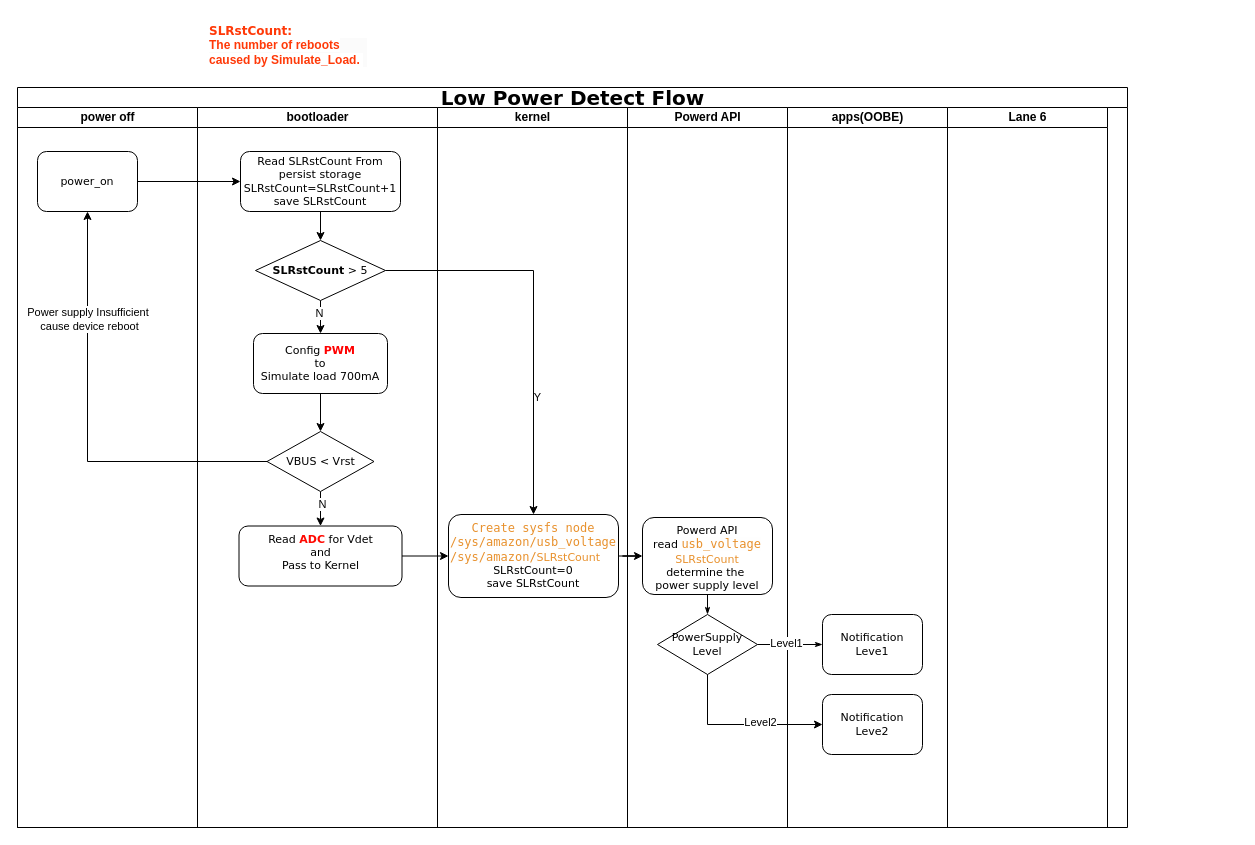
Earlier version of the draw.io diagram low_power_detect.drawio (skyliangbogit/test). Source tidied: cells renumbered, new cells numbered last; positions are measured from the earlier drawing's top-left corner, leaving out a move shared by most shapes. Both pictures are drawn from the tidied source at 100%, with x=0, y=0 at pixel (17, 17).
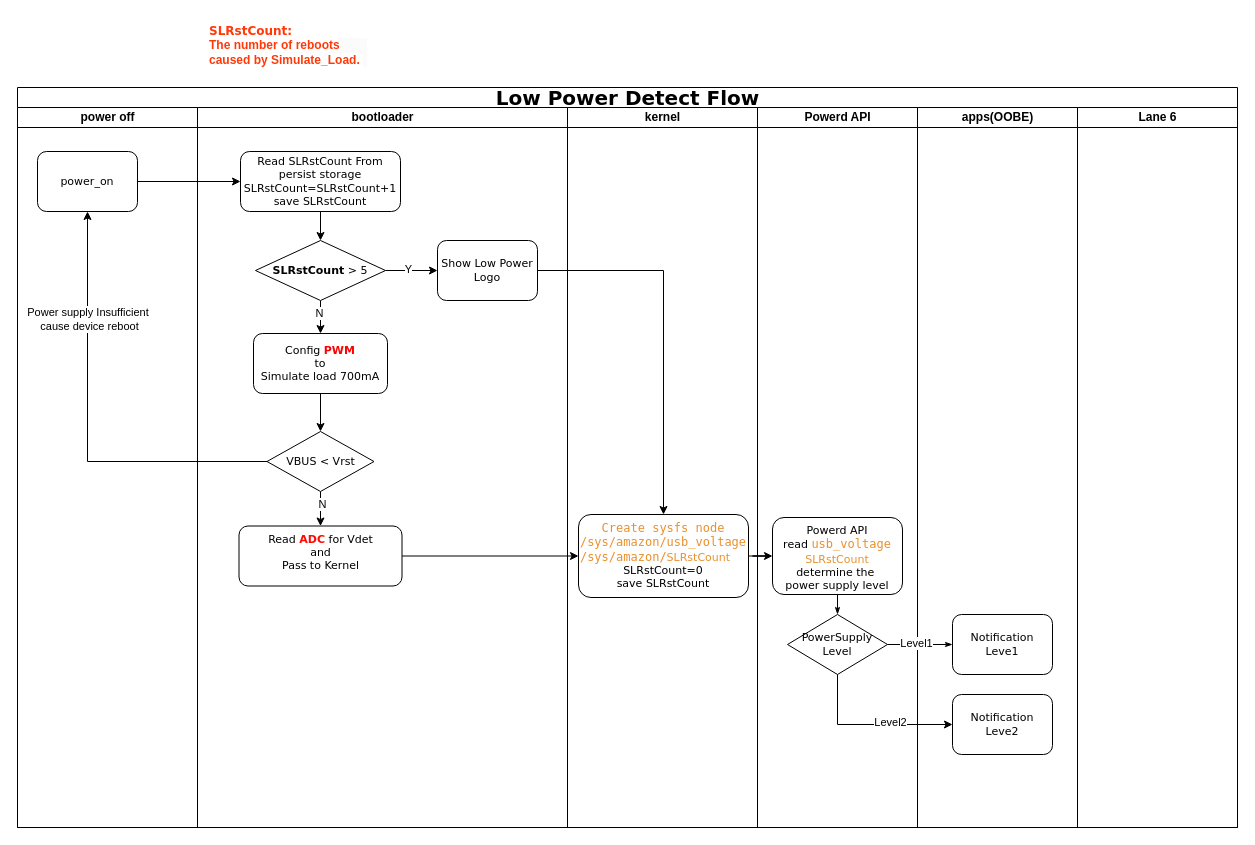
After the change.

The change refers to these unchanged cells:
```xml
<mxCell id="16" value="&lt;b style=&quot;font-size: 11px;&quot;&gt;SLRstCount&lt;/b&gt;&lt;span style=&quot;font-size: 11px;&quot;&gt;&amp;nbsp;&amp;gt; 5&lt;/span&gt;" style="rhombus;whiteSpace=wrap;html=1;rounded=0;shadow=0;labelBackgroundColor=none;strokeWidth=1;fontFamily=Verdana;fontSize=8;align=center;" parent="5" vertex="1">
  <mxGeometry x="58" y="133" width="130" height="60" as="geometry" />
</mxCell>
<mxCell id="18" value="&lt;span style=&quot;color: rgb(232, 145, 45); font-family: Monaco, Menlo, Consolas, &amp;quot;Courier New&amp;quot;, monospace; font-size: 12px; font-variant-ligatures: none; text-align: left; white-space-collapse: preserve; background-color: rgba(232, 232, 232, 0.04);&quot;&gt;Create sysfs node&lt;br&gt;/sys/amazon/usb_voltage&lt;/span&gt;&lt;div&gt;&lt;div style=&quot;text-align: left;&quot;&gt;&lt;span style=&quot;color: rgb(232, 145, 45); font-family: Monaco, Menlo, Consolas, &amp;quot;Courier New&amp;quot;, monospace; font-size: 12px; font-variant-ligatures: none; white-space-collapse: preserve; background-color: rgba(232, 232, 232, 0.04);&quot;&gt;/sys/amazon/&lt;/span&gt;&lt;span style=&quot;background-color: initial; text-align: center;&quot;&gt;&lt;font color=&quot;#e8912d&quot;&gt;SLRstCount&lt;/font&gt;&lt;/span&gt;&lt;/div&gt;&lt;div&gt;SLRstCount=0&lt;/div&gt;&lt;div&gt;save&amp;nbsp;&lt;span style=&quot;background-color: initial;&quot;&gt;SLRstCount&lt;/span&gt;&lt;/div&gt;&lt;/div&gt;" style="rounded=1;whiteSpace=wrap;html=1;shadow=0;labelBackgroundColor=none;strokeWidth=1;fontFamily=Verdana;fontSize=11;align=center;verticalAlign=top;" parent="17" vertex="1">
  <mxGeometry x="11" y="407" width="170" height="83" as="geometry" />
</mxCell>
```

What changed in the source:
```diff
@@
     <mxCell id="2" value="&lt;font style=&quot;font-size: 20px;&quot;&gt;Low Power Detect Flow&lt;/font&gt;" style="swimlane;html=1;startSize=20;rounded=0;shadow=0;labelBackgroundColor=none;strokeWidth=1;fontFamily=Verdana;fontSize=8;align=center;" parent="1" vertex="1">
-      <mxGeometry y="70" width="1110" height="740" as="geometry" />
+      <mxGeometry y="70" width="1220" height="740" as="geometry" />
     </mxCell>
@@
     <mxCell id="5" value="bootloader" style="swimlane;html=1;startSize=20;" parent="2" vertex="1">
-      <mxGeometry x="180" y="20" width="240" height="720" as="geometry" />
+      <mxGeometry x="180" y="20" width="370" height="720" as="geometry" />
     </mxCell>
@@
+    <mxCell id="39" value="Show Low Power&lt;div&gt;Logo&lt;/div&gt;" style="rounded=1;whiteSpace=wrap;html=1;shadow=0;labelBackgroundColor=none;strokeWidth=1;fontFamily=Verdana;fontSize=11;align=center;" parent="5" vertex="1">
+      <mxGeometry x="240" y="133" width="100" height="60" as="geometry" />
+    </mxCell>
+    <mxCell id="40" style="edgeStyle=orthogonalEdgeStyle;rounded=0;jettySize=auto;html=1;" parent="5" edge="1" source="16" target="39">
+      <mxGeometry relative="1" as="geometry" />
+    </mxCell>
+    <mxCell id="36" value="Y" style="edgeLabel;html=1;align=center;verticalAlign=middle;" parent="40" vertex="1">
+      <mxGeometry x="-0.15" y="2" relative="1" as="geometry" />
+    </mxCell>
     <mxCell id="17" value="kernel" style="swimlane;html=1;startSize=20;" parent="2" vertex="1">
-      <mxGeometry x="420" y="20" width="190" height="720" as="geometry" />
+      <mxGeometry x="550" y="20" width="190" height="720" as="geometry" />
     </mxCell>
@@
     <mxCell id="19" value="Powerd API" style="swimlane;html=1;startSize=20;" parent="2" vertex="1">
-      <mxGeometry x="610" y="20" width="160" height="720" as="geometry" />
+      <mxGeometry x="740" y="20" width="160" height="720" as="geometry" />
     </mxCell>
@@
     <mxCell id="23" value="apps(OOBE)" style="swimlane;html=1;startSize=20;" parent="2" vertex="1">
-      <mxGeometry x="770" y="20" width="160" height="720" as="geometry" />
+      <mxGeometry x="900" y="20" width="160" height="720" as="geometry" />
     </mxCell>
@@
     <mxCell id="26" value="Lane 6" style="swimlane;html=1;startSize=20;" parent="2" vertex="1">
-      <mxGeometry x="930" y="20" width="160" height="720" as="geometry" />
+      <mxGeometry x="1060" y="20" width="160" height="720" as="geometry" />
     </mxCell>
@@
-    <mxCell id="35" style="edgeStyle=orthogonalEdgeStyle;rounded=0;jettySize=auto;html=1;" parent="2" edge="1" source="16" target="18">
-      <mxGeometry relative="1" as="geometry" />
-    </mxCell>
-    <mxCell id="36" value="Y" style="edgeLabel;html=1;align=center;verticalAlign=middle;" parent="35" vertex="1">
-      <mxGeometry x="0.4" y="3" relative="1" as="geometry" />
-    </mxCell>
@@
+    <mxCell id="41" style="edgeStyle=orthogonalEdgeStyle;rounded=0;jettySize=auto;html=1;entryX=0.5;entryY=0;entryDx=0;entryDy=0;" parent="2" edge="1" source="39" target="18">
+      <mxGeometry relative="1" as="geometry" />
+    </mxCell>
```
